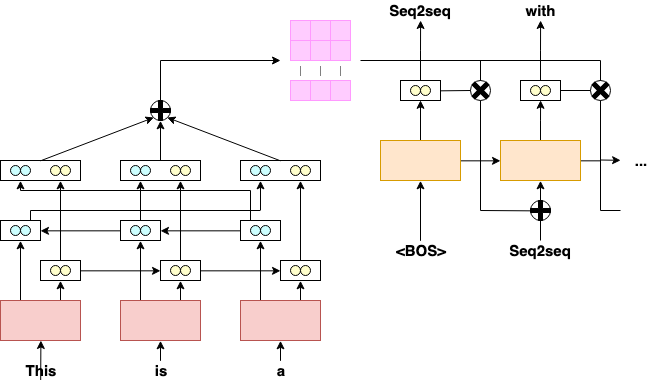
Earlier version of the draw.io export image/Seq2seq.png (omukazu/Pytorch-seq2seq-with-attention). Source tidied: cells renumbered, new cells last; positions are measured from the earlier drawing's top-left corner, leaving out a move shared by most shapes.
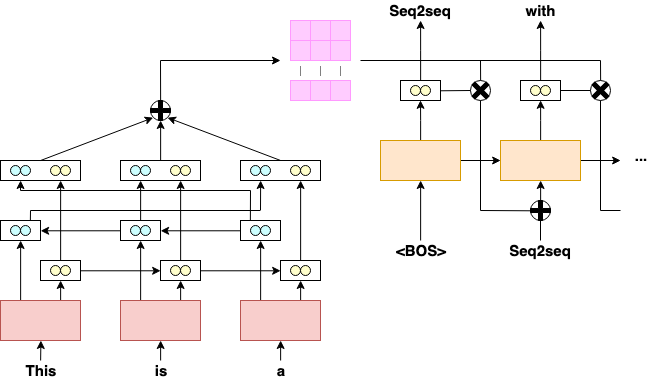
After the change.

Change to the diagram source:
```diff
@@ -125,7 +125,7 @@
     </mxCell>
     <mxCell id="41" style="edgeStyle=orthogonalEdgeStyle;rounded=0;jettySize=auto;html=1;exitX=1;exitY=0.5;exitDx=0;exitDy=0;" parent="1" edge="1" source="42">
       <mxGeometry relative="1" as="geometry">
-        <mxPoint x="620.1" y="159.8" as="targetPoint" />
+        <mxPoint x="620.1" y="160" as="targetPoint" />
       </mxGeometry>
     </mxCell>
     <mxCell id="42" style="rounded=0;whiteSpace=wrap;html=1;fillColor=#ffe6cc;strokeColor=#d79b00;" parent="1" vertex="1">
@@ -337,9 +337,8 @@
         <mxPoint x="540" y="220.3" as="targetPoint" />
       </mxGeometry>
     </mxCell>
-    <mxCell id="100" style="endArrow=classic;html=1;entryX=0.5;entryY=1;entryDx=0;entryDy=0;" parent="1" edge="1">
+    <mxCell id="100" style="endArrow=classic;html=1;entryX=0.5;entryY=1;entryDx=0;entryDy=0;exitX=0.5;exitY=0;exitDx=0;exitDy=0;" parent="1" edge="1" source="101">
       <mxGeometry relative="1" as="geometry">
-        <mxPoint x="40.2" y="379.5" as="sourcePoint" />
         <mxPoint x="40.4" y="340" as="targetPoint" />
       </mxGeometry>
     </mxCell>
@@ -376,7 +375,7 @@
       <mxGeometry x="540" y="85" width="10" height="10" as="geometry" />
     </mxCell>
     <mxCell id="111" value="&lt;b&gt;&lt;font style=&quot;font-size: 15px&quot;&gt;...&lt;/font&gt;&lt;/b&gt;" style="text;html=1;strokeColor=none;fillColor=none;align=center;verticalAlign=middle;whiteSpace=wrap;rounded=0;" parent="1" vertex="1">
-      <mxGeometry x="620" y="150" width="40" height="20" as="geometry" />
+      <mxGeometry x="620" y="145" width="40" height="20" as="geometry" />
     </mxCell>
     <mxCell id="112" value="&lt;b&gt;&lt;font style=&quot;font-size: 15px&quot;&gt;Seq2seq&lt;/font&gt;&lt;/b&gt;" style="text;html=1;strokeColor=none;fillColor=none;align=center;verticalAlign=middle;whiteSpace=wrap;rounded=0;" parent="1" vertex="1">
       <mxGeometry x="380" width="80" height="20" as="geometry" />
```
